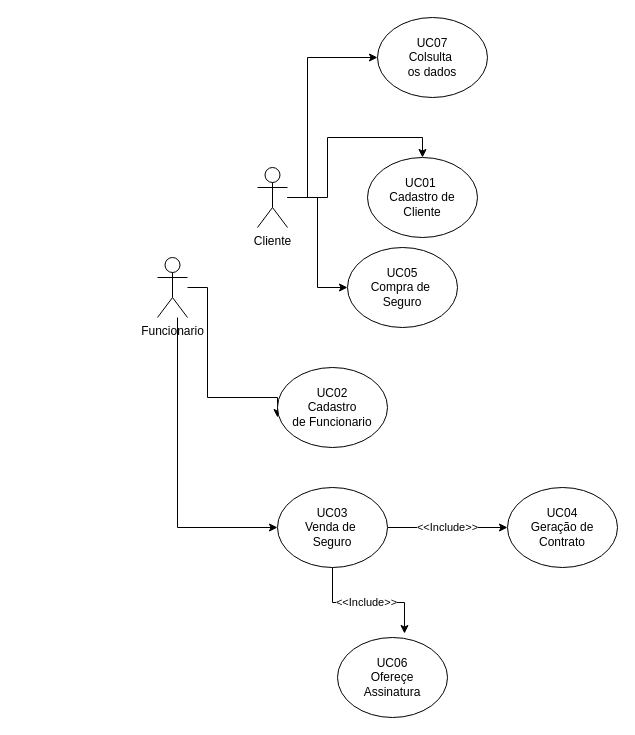
Earlier version of the draw.io diagram src/Diagrama sem nome.drawio (Jao2018/curso-composer-alura-buscador-de-cursos). Source tidied: cells renumbered, new cells numbered last; positions are measured from the earlier drawing's top-left corner, leaving out a move shared by most shapes. Both pictures are drawn from the tidied source at 100%, with x=0, y=0 at pixel (157, 17).
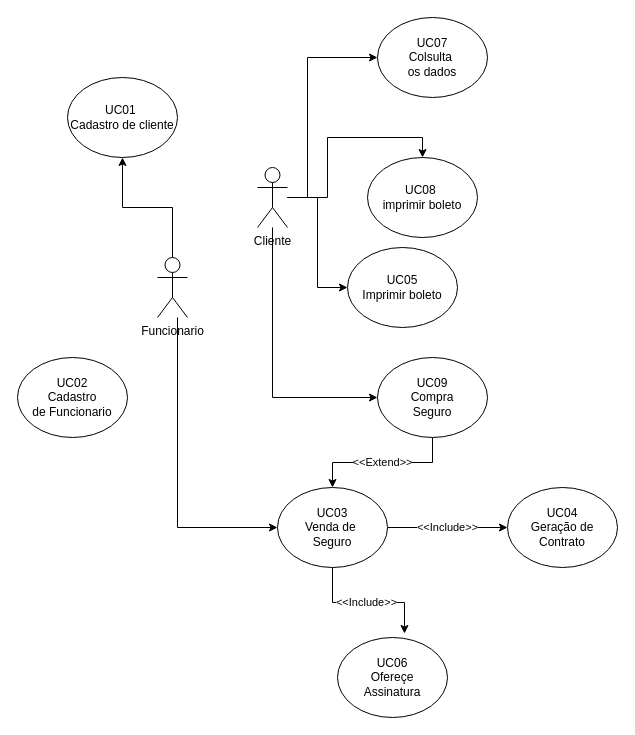
Above is the later version.

Unchanged cells that the change refers to:
```xml
<mxCell id="4" value="Funcionario" style="shape=umlActor;verticalLabelPosition=bottom;verticalAlign=top;html=1;outlineConnect=0;" parent="1" vertex="1">
  <mxGeometry y="240" width="30" height="60" as="geometry" />
</mxCell>
<mxCell id="9" value="UC03&lt;br&gt;Venda de&amp;nbsp;&lt;br&gt;Seguro" style="ellipse;whiteSpace=wrap;html=1;align=center;" parent="1" vertex="1">
  <mxGeometry x="120" y="470" width="110" height="80" as="geometry" />
</mxCell>
<mxCell id="14" value="Cliente" style="shape=umlActor;verticalLabelPosition=bottom;verticalAlign=top;html=1;outlineConnect=0;" parent="1" vertex="1">
  <mxGeometry x="100" y="150" width="30" height="60" as="geometry" />
</mxCell>
```

Diff of the diagram source:
```diff
@@
-    <mxCell id="2" style="edgeStyle=orthogonalEdgeStyle;rounded=0;jettySize=auto;html=1;entryX=0;entryY=0.625;entryDx=0;entryDy=0;entryPerimeter=0;" parent="1" edge="1" source="4" target="6">
-      <mxGeometry relative="1" as="geometry">
-        <Array as="points">
-          <mxPoint x="50" y="270" />
-          <mxPoint x="50" y="380" />
-          <mxPoint x="120" y="380" />
-        </Array>
-      </mxGeometry>
-    </mxCell>
@@
+    <mxCell id="18" style="edgeStyle=orthogonalEdgeStyle;rounded=0;jettySize=auto;html=1;entryX=0.5;entryY=1;entryDx=0;entryDy=0;" parent="1" edge="1" source="4" target="20">
+      <mxGeometry relative="1" as="geometry" />
+    </mxCell>
@@
-    <mxCell id="5" value="UC01&amp;nbsp;&lt;br&gt;Cadastro de&lt;br&gt;Cliente" style="ellipse;whiteSpace=wrap;html=1;align=center;" parent="1" vertex="1">
+    <mxCell id="5" value="UC08&amp;nbsp;&lt;br&gt;imprimir boleto" style="ellipse;whiteSpace=wrap;html=1;align=center;" parent="1" vertex="1">
       <mxGeometry x="210" y="140" width="110" height="80" as="geometry" />
     </mxCell>
     <mxCell id="6" value="UC02&lt;br&gt;Cadastro&lt;br&gt;de Funcionario" style="ellipse;whiteSpace=wrap;html=1;align=center;" parent="1" vertex="1">
-      <mxGeometry x="120" y="350" width="110" height="80" as="geometry" />
+      <mxGeometry x="-140" y="340" width="110" height="80" as="geometry" />
     </mxCell>
@@
+    <mxCell id="19" style="edgeStyle=orthogonalEdgeStyle;rounded=0;jettySize=auto;html=1;" parent="1" edge="1" source="14" target="22">
+      <mxGeometry relative="1" as="geometry">
+        <Array as="points">
+          <mxPoint x="115" y="380" />
+          <mxPoint x="255" y="380" />
+        </Array>
+      </mxGeometry>
+    </mxCell>
@@
-    <mxCell id="15" value="UC05&lt;br&gt;Compra de&amp;nbsp;&lt;br&gt;Seguro" style="ellipse;whiteSpace=wrap;html=1;align=center;" parent="1" vertex="1">
+    <mxCell id="15" value="UC05&lt;br&gt;Imprimir boleto" style="ellipse;whiteSpace=wrap;html=1;align=center;" parent="1" vertex="1">
       <mxGeometry x="190" y="230" width="110" height="80" as="geometry" />
     </mxCell>
@@
+    <mxCell id="20" value="UC01&amp;nbsp;&lt;br&gt;Cadastro de cliente" style="ellipse;whiteSpace=wrap;html=1;align=center;" parent="1" vertex="1">
+      <mxGeometry x="-90" y="60" width="110" height="80" as="geometry" />
+    </mxCell>
+    <mxCell id="21" value="&amp;lt;&amp;lt;Extend&amp;gt;&amp;gt;" style="edgeStyle=orthogonalEdgeStyle;rounded=0;jettySize=auto;html=1;entryX=0.5;entryY=0;entryDx=0;entryDy=0;" parent="1" edge="1" source="22" target="9">
+      <mxGeometry relative="1" as="geometry" />
+    </mxCell>
+    <mxCell id="22" value="UC09&lt;br&gt;Compra&lt;br&gt;Seguro" style="ellipse;whiteSpace=wrap;html=1;align=center;" parent="1" vertex="1">
+      <mxGeometry x="220" y="340" width="110" height="80" as="geometry" />
+    </mxCell>
```
